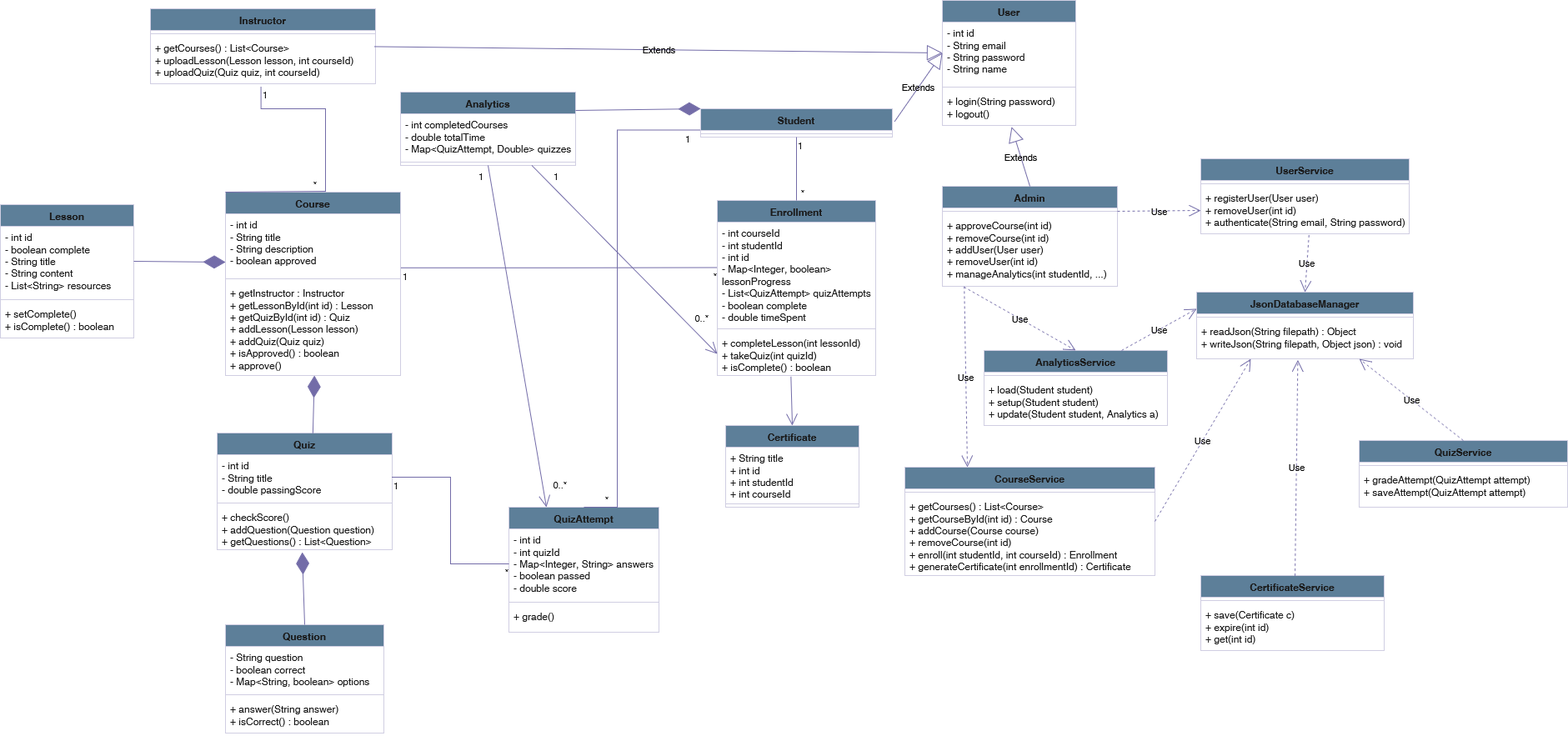
Earlier version of the draw.io export class.png (Hassanmo-20/SkillForge-UML-Design). Source tidied: cells renumbered, new cells last; positions are measured from the earlier drawing's top-left corner, leaving out a move shared by most shapes.
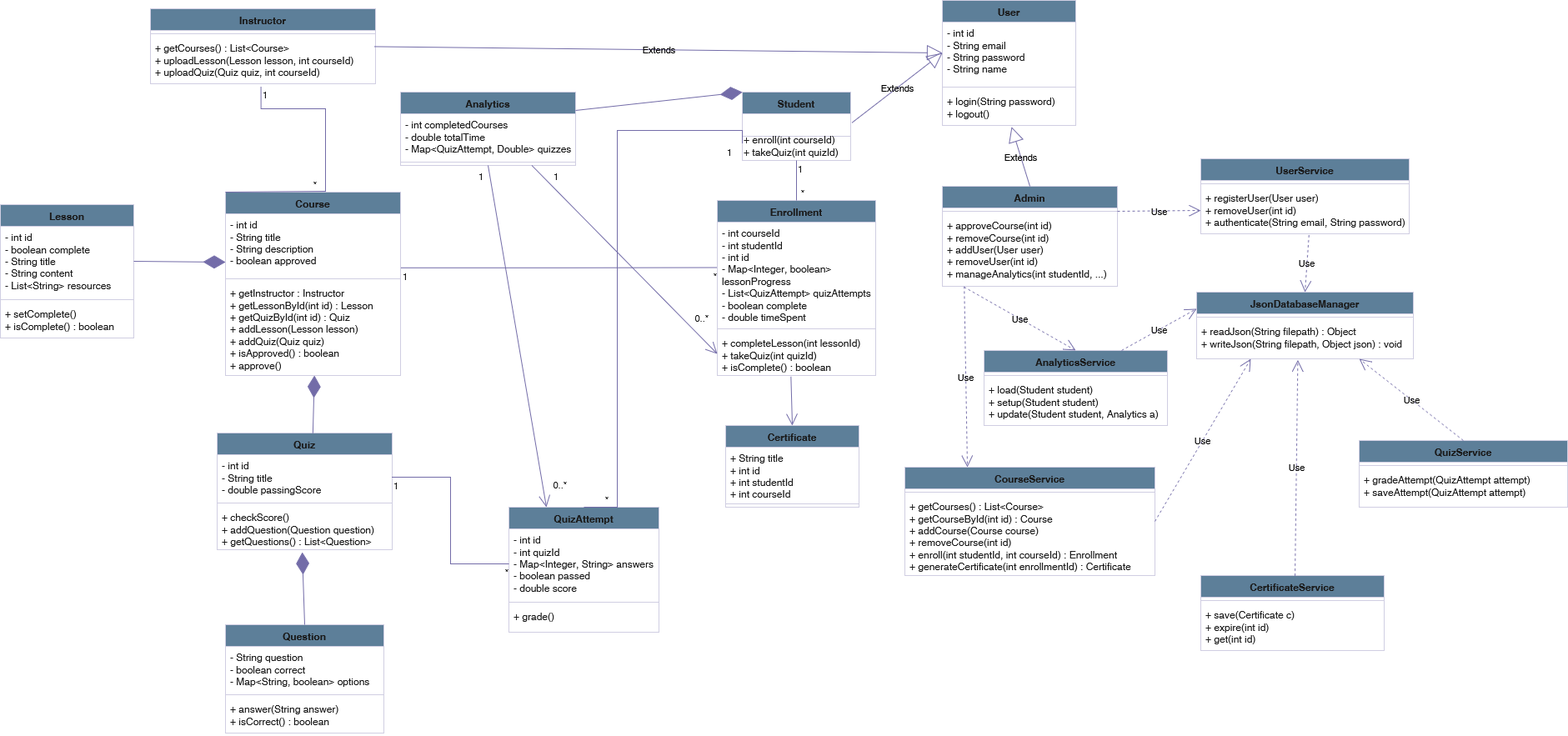
The same file after the commit.

Commit message:
fix student class

Change to the diagram source:
```diff
@@ -1,4 +1,4 @@
-<mxGraphModel background="light-dark(#FFFFFF,#FEFEFE)">
+<mxGraphModel background="light-dark(#FFFFFF,#FFFFFF)">
   <root>
     <mxCell id="0" />
     <mxCell id="1" parent="0" />
@@ -15,11 +15,14 @@
       <mxGeometry y="108" width="160" height="42" as="geometry" />
     </mxCell>
     <mxCell id="6" value="Student" style="swimlane;fontStyle=1;align=center;verticalAlign=top;horizontal=1;startSize=26;whiteSpace=wrap;html=1;labelBackgroundColor=none;fillColor=#5D7F99;strokeColor=#D0CEE2;fontColor=#1A1A1A;" parent="1" vertex="1">
-      <mxGeometry x="840" y="130" width="230" height="34" as="geometry" />
+      <mxGeometry x="890" y="110" width="130" height="82" as="geometry" />
     </mxCell>
     <mxCell id="7" style="line;strokeWidth=1;fillColor=none;align=left;verticalAlign=middle;spacingTop=-1;spacingLeft=3;spacingRight=3;labelPosition=right;strokeColor=#D0CEE2;labelBackgroundColor=none;fontColor=#1A1A1A;" parent="6" vertex="1">
-      <mxGeometry y="26" width="230" height="8" as="geometry" />
+      <mxGeometry y="26" width="130" height="54" as="geometry" />
     </mxCell>
+    <mxCell id="100" value="+ enroll(int courseId)&lt;br&gt;+ takeQuiz(int quizId)" style="text;html=1;whiteSpace=wrap;strokeColor=none;fillColor=none;align=left;verticalAlign=bottom;rounded=0;labelBackgroundColor=none;fontColor=#1A1A1A;" parent="6" vertex="1">
+      <mxGeometry y="80" width="130" height="2" as="geometry" />
+    </mxCell>
     <mxCell id="8" value="Instructor" style="swimlane;fontStyle=1;align=center;verticalAlign=top;horizontal=1;startSize=26;whiteSpace=wrap;html=1;labelBackgroundColor=none;fillColor=#5D7F99;strokeColor=#D0CEE2;fontColor=#1A1A1A;" parent="1" vertex="1">
       <mxGeometry x="180" y="10" width="270" height="90" as="geometry" />
     </mxCell>
```
